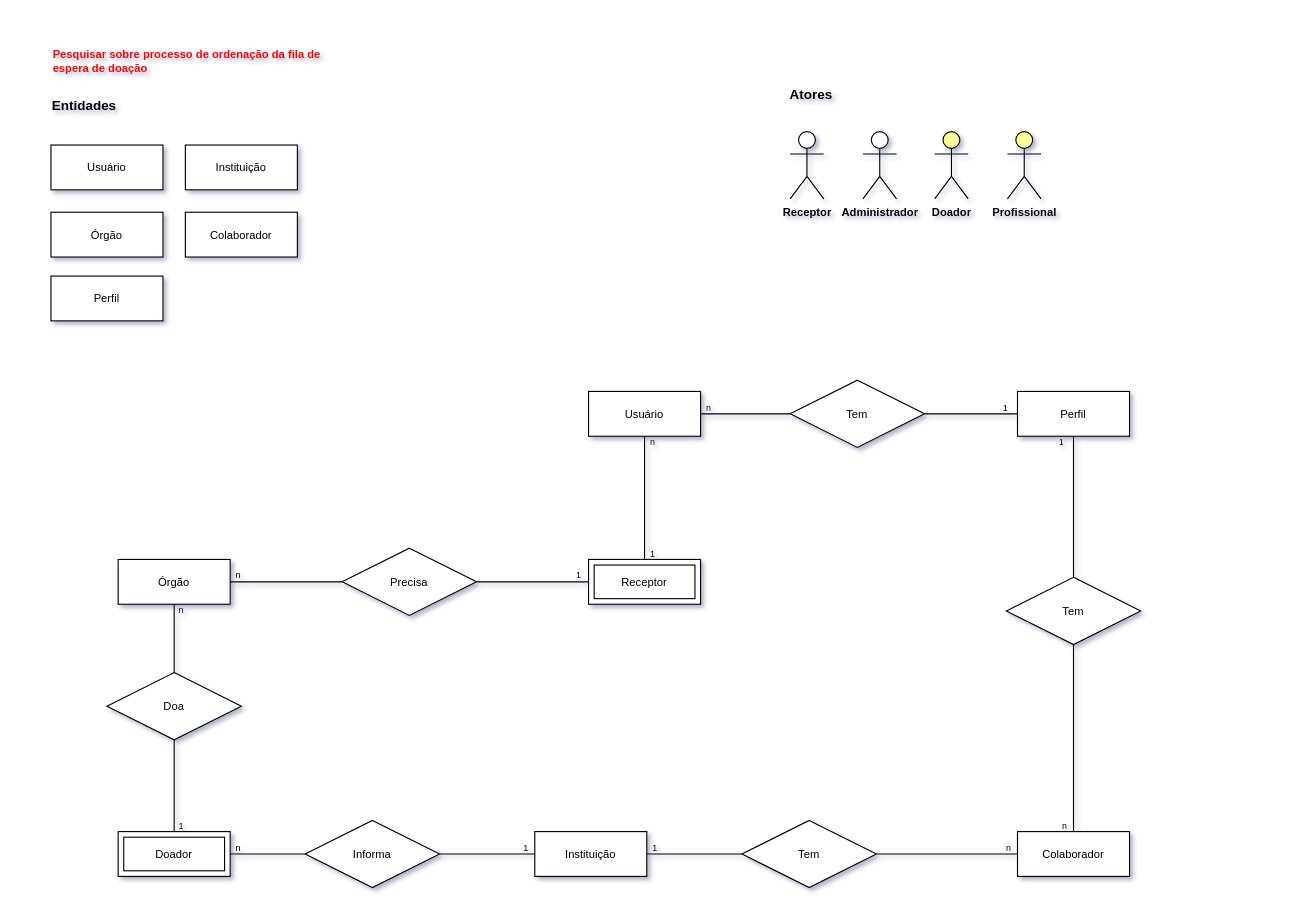
The draw.io diagram DER/DER-SDTO.drawio in squadlovelace/sdto-data-model, before the edit. Source tidied: cells renumbered, new cells numbered last; positions are measured from the earlier drawing's top-left corner, leaving out a move shared by most shapes. Both pictures are drawn from the tidied source at 112%, with x=0, y=0 at pixel (50, 44).
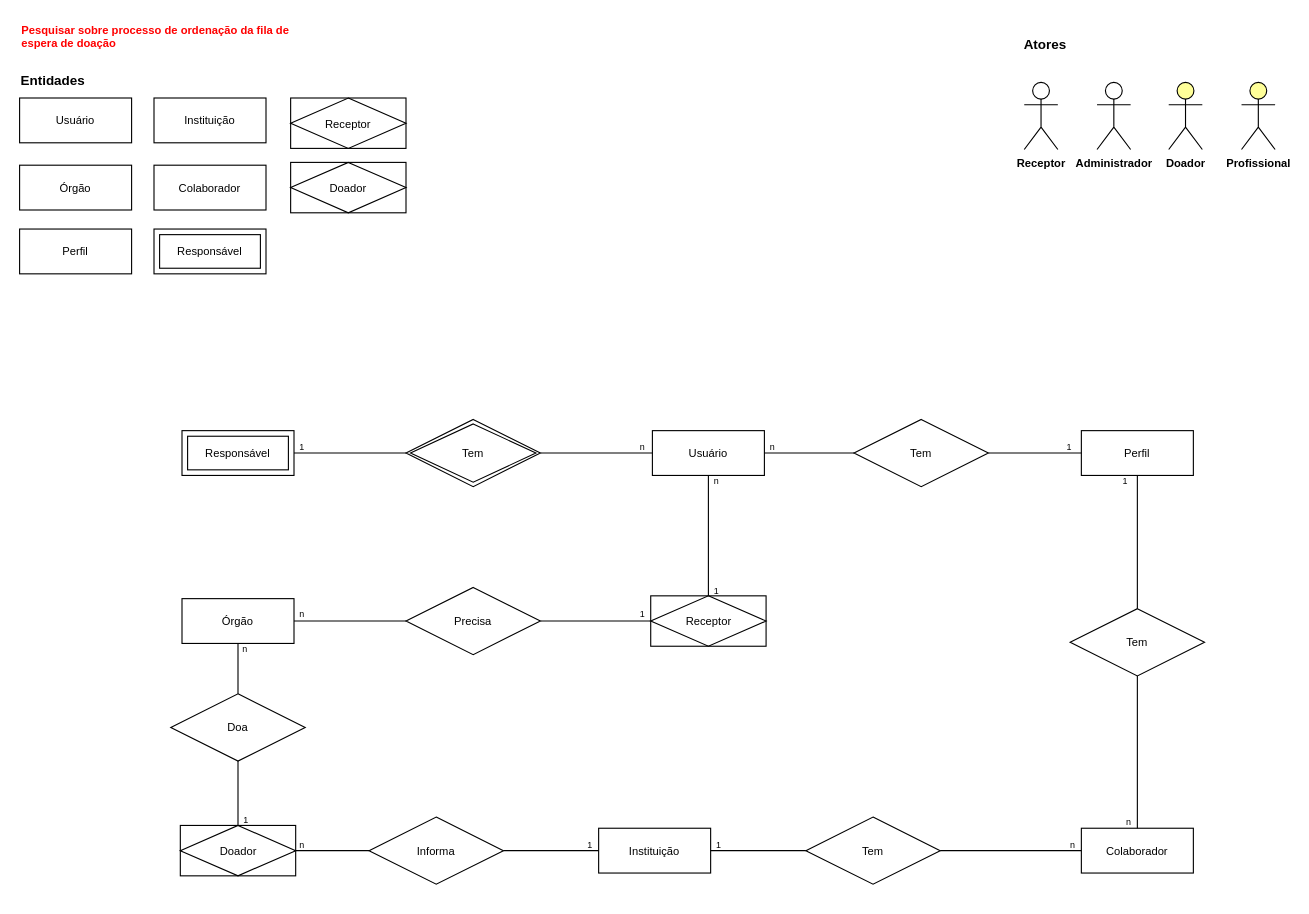
Above is the later version.

What changed in the source:
```diff
@@
-<mxGraphModel shadow="1">
+<mxGraphModel>
@@
     <mxCell id="2" value="Usuário" style="whiteSpace=wrap;html=1;align=center;fontSize=10;fontFamily=Helvetica;" parent="1" vertex="1">
-      <mxGeometry y="90" width="100" height="40" as="geometry" />
+      <mxGeometry x="-28" y="48" width="100" height="40" as="geometry" />
     </mxCell>
     <mxCell id="3" value="Órgão" style="whiteSpace=wrap;html=1;align=center;fontSize=10;fontFamily=Helvetica;" parent="1" vertex="1">
-      <mxGeometry y="150" width="100" height="40" as="geometry" />
+      <mxGeometry x="-28" y="108" width="100" height="40" as="geometry" />
     </mxCell>
     <mxCell id="4" value="Instituição" style="whiteSpace=wrap;html=1;align=center;fontSize=10;fontFamily=Helvetica;" parent="1" vertex="1">
-      <mxGeometry x="120" y="90" width="100" height="40" as="geometry" />
+      <mxGeometry x="92" y="48" width="100" height="40" as="geometry" />
     </mxCell>
     <mxCell id="5" value="Entidades" style="text;html=1;strokeColor=none;fillColor=none;align=center;verticalAlign=middle;whiteSpace=wrap;rounded=0;fontStyle=1;" parent="1" vertex="1">
-      <mxGeometry y="40" width="60" height="30" as="geometry" />
+      <mxGeometry x="-28" y="18" width="60" height="30" as="geometry" />
     </mxCell>
     <mxCell id="6" value="Perfil" style="whiteSpace=wrap;html=1;align=center;fontSize=10;fontFamily=Helvetica;" parent="1" vertex="1">
-      <mxGeometry y="207" width="100" height="40" as="geometry" />
+      <mxGeometry x="-28" y="165" width="100" height="40" as="geometry" />
     </mxCell>
     <mxCell id="7" value="Colaborador" style="whiteSpace=wrap;html=1;align=center;fontSize=10;fontFamily=Helvetica;" parent="1" vertex="1">
-      <mxGeometry x="863" y="703" width="100" height="40" as="geometry" />
+      <mxGeometry x="920" y="700" width="100" height="40" as="geometry" />
     </mxCell>
     <mxCell id="8" value="Usuário" style="whiteSpace=wrap;html=1;align=center;fontSize=10;fontFamily=Helvetica;" parent="1" vertex="1">
-      <mxGeometry x="480" y="310" width="100" height="40" as="geometry" />
+      <mxGeometry x="537" y="345" width="100" height="40" as="geometry" />
     </mxCell>
@@
     <mxCell id="10" value="Perfil" style="whiteSpace=wrap;html=1;align=center;fontSize=10;fontFamily=Helvetica;" parent="1" vertex="1">
-      <mxGeometry x="863" y="310" width="100" height="40" as="geometry" />
+      <mxGeometry x="920" y="345" width="100" height="40" as="geometry" />
     </mxCell>
     <mxCell id="11" value="Tem" style="shape=rhombus;perimeter=rhombusPerimeter;whiteSpace=wrap;html=1;align=center;fontFamily=Helvetica;fontSize=10;" parent="1" vertex="1">
-      <mxGeometry x="660" y="300" width="120" height="60" as="geometry" />
+      <mxGeometry x="717" y="335" width="120" height="60" as="geometry" />
     </mxCell>
@@
     <mxCell id="13" value="Tem" style="shape=rhombus;perimeter=rhombusPerimeter;whiteSpace=wrap;html=1;align=center;fontFamily=Helvetica;fontSize=10;" parent="1" vertex="1">
-      <mxGeometry x="853" y="476" width="120" height="60" as="geometry" />
+      <mxGeometry x="910" y="504" width="120" height="60" as="geometry" />
     </mxCell>
@@
     <mxCell id="15" value="Instituição" style="whiteSpace=wrap;html=1;align=center;fontSize=10;fontFamily=Helvetica;" parent="1" vertex="1">
-      <mxGeometry x="432" y="703" width="100" height="40" as="geometry" />
+      <mxGeometry x="489" y="700" width="100" height="40" as="geometry" />
     </mxCell>
     <mxCell id="16" value="Tem" style="shape=rhombus;perimeter=rhombusPerimeter;whiteSpace=wrap;html=1;align=center;fontFamily=Helvetica;fontSize=10;" parent="1" vertex="1">
-      <mxGeometry x="617" y="693" width="120" height="60" as="geometry" />
+      <mxGeometry x="674" y="690" width="120" height="60" as="geometry" />
     </mxCell>
@@
     <mxCell id="19" value="Órgão" style="whiteSpace=wrap;html=1;align=center;fontSize=10;fontFamily=Helvetica;" parent="1" vertex="1">
-      <mxGeometry x="60" y="460" width="100" height="40" as="geometry" />
+      <mxGeometry x="117" y="495" width="100" height="40" as="geometry" />
     </mxCell>
-    <mxCell id="20" value="Receptor" style="shape=ext;margin=3;double=1;whiteSpace=wrap;html=1;align=center;fontFamily=Helvetica;fontSize=10;fillColor=default;" parent="1" vertex="1">
-      <mxGeometry x="480" y="460" width="100" height="40" as="geometry" />
-    </mxCell>
-    <mxCell id="21" style="endArrow=none;html=1;rounded=0;fontFamily=Helvetica;fontSize=10;entryX=0;entryY=0.5;entryDx=0;entryDy=0;exitX=1;exitY=0.5;exitDx=0;exitDy=0;" parent="1" edge="1" source="37" target="20">
+    <mxCell id="21" style="endArrow=none;html=1;rounded=0;fontFamily=Helvetica;fontSize=10;exitX=1;exitY=0.5;exitDx=0;exitDy=0;entryX=0;entryY=0.5;entryDx=0;entryDy=0;" parent="1" edge="1" source="37" target="60">
       <mxGeometry relative="1" as="geometry" />
     </mxCell>
@@
-    <mxCell id="23" style="endArrow=none;html=1;rounded=0;fontFamily=Helvetica;fontSize=10;exitX=0.5;exitY=1;exitDx=0;exitDy=0;entryX=0.5;entryY=0;entryDx=0;entryDy=0;" parent="1" edge="1" source="8" target="20">
+    <mxCell id="23" style="endArrow=none;html=1;rounded=0;fontFamily=Helvetica;fontSize=10;exitX=0.5;exitY=1;exitDx=0;exitDy=0;" parent="1" edge="1" source="8" target="60">
       <mxGeometry relative="1" as="geometry" />
     </mxCell>
     <mxCell id="24" value="Colaborador" style="whiteSpace=wrap;html=1;align=center;fontSize=10;fontFamily=Helvetica;" parent="1" vertex="1">
-      <mxGeometry x="120" y="150" width="100" height="40" as="geometry" />
+      <mxGeometry x="92" y="108" width="100" height="40" as="geometry" />
     </mxCell>
     <mxCell id="25" value="n" style="text;html=1;strokeColor=none;fillColor=none;align=center;verticalAlign=middle;whiteSpace=wrap;rounded=0;fontFamily=Helvetica;fontSize=8;fontStyle=0;" parent="1" vertex="1">
-      <mxGeometry x="580" y="320" width="15" height="10" as="geometry" />
+      <mxGeometry x="637" y="355" width="15" height="10" as="geometry" />
     </mxCell>
     <mxCell id="26" value="Pesquisar sobre processo de ordenação da fila de espera de doação" style="text;html=1;strokeColor=none;fillColor=none;align=left;verticalAlign=middle;whiteSpace=wrap;rounded=0;fontFamily=Helvetica;fontSize=10;fontStyle=1;fontColor=#FF0000;" parent="1" vertex="1">
-      <mxGeometry width="245" height="30" as="geometry" />
+      <mxGeometry x="-28" y="-22" width="245" height="30" as="geometry" />
     </mxCell>
     <mxCell id="27" value="1" style="text;html=1;strokeColor=none;fillColor=none;align=center;verticalAlign=middle;whiteSpace=wrap;rounded=0;fontFamily=Helvetica;fontSize=8;fontStyle=0;" parent="1" vertex="1">
-      <mxGeometry x="845" y="320" width="15" height="10" as="geometry" />
+      <mxGeometry x="902" y="355" width="15" height="10" as="geometry" />
     </mxCell>
     <mxCell id="28" value="n" style="text;html=1;strokeColor=none;fillColor=none;align=center;verticalAlign=middle;whiteSpace=wrap;rounded=0;fontFamily=Helvetica;fontSize=8;fontStyle=0;" parent="1" vertex="1">
-      <mxGeometry x="530" y="350" width="15" height="10" as="geometry" />
+      <mxGeometry x="587" y="385" width="15" height="10" as="geometry" />
     </mxCell>
     <mxCell id="29" value="1" style="text;html=1;strokeColor=none;fillColor=none;align=center;verticalAlign=middle;whiteSpace=wrap;rounded=0;fontFamily=Helvetica;fontSize=8;fontStyle=0;" parent="1" vertex="1">
-      <mxGeometry x="530" y="450" width="15" height="10" as="geometry" />
+      <mxGeometry x="587" y="482.5" width="15" height="10" as="geometry" />
     </mxCell>
     <mxCell id="30" value="1" style="text;html=1;strokeColor=none;fillColor=none;align=center;verticalAlign=middle;whiteSpace=wrap;rounded=0;fontFamily=Helvetica;fontSize=8;fontStyle=0;" parent="1" vertex="1">
-      <mxGeometry x="464" y="469" width="15" height="10" as="geometry" />
+      <mxGeometry x="521" y="504" width="15" height="10" as="geometry" />
     </mxCell>
     <mxCell id="31" value="n" style="text;html=1;strokeColor=none;fillColor=none;align=center;verticalAlign=middle;whiteSpace=wrap;rounded=0;fontFamily=Helvetica;fontSize=8;fontStyle=0;" parent="1" vertex="1">
-      <mxGeometry x="160" y="469" width="15" height="10" as="geometry" />
+      <mxGeometry x="217" y="504" width="15" height="10" as="geometry" />
     </mxCell>
     <mxCell id="32" value="n" style="text;html=1;strokeColor=none;fillColor=none;align=center;verticalAlign=middle;whiteSpace=wrap;rounded=0;fontFamily=Helvetica;fontSize=8;fontStyle=0;" parent="1" vertex="1">
-      <mxGeometry x="848" y="713" width="15" height="10" as="geometry" />
+      <mxGeometry x="905" y="710" width="15" height="10" as="geometry" />
     </mxCell>
     <mxCell id="33" value="1" style="text;html=1;strokeColor=none;fillColor=none;align=center;verticalAlign=middle;whiteSpace=wrap;rounded=0;fontFamily=Helvetica;fontSize=8;fontStyle=0;" parent="1" vertex="1">
-      <mxGeometry x="532" y="713" width="15" height="10" as="geometry" />
+      <mxGeometry x="589" y="710" width="15" height="10" as="geometry" />
     </mxCell>
     <mxCell id="34" value="n" style="text;html=1;strokeColor=none;fillColor=none;align=center;verticalAlign=middle;whiteSpace=wrap;rounded=0;fontFamily=Helvetica;fontSize=8;fontStyle=0;" parent="1" vertex="1">
-      <mxGeometry x="898" y="693" width="15" height="10" as="geometry" />
+      <mxGeometry x="955" y="690" width="15" height="10" as="geometry" />
     </mxCell>
     <mxCell id="35" value="1" style="text;html=1;strokeColor=none;fillColor=none;align=center;verticalAlign=middle;whiteSpace=wrap;rounded=0;fontFamily=Helvetica;fontSize=8;fontStyle=0;" parent="1" vertex="1">
-      <mxGeometry x="895" y="350" width="15" height="10" as="geometry" />
+      <mxGeometry x="952" y="385" width="15" height="10" as="geometry" />
     </mxCell>
@@
     <mxCell id="37" value="Precisa" style="shape=rhombus;perimeter=rhombusPerimeter;whiteSpace=wrap;html=1;align=center;fontSize=10;" parent="1" vertex="1">
-      <mxGeometry x="260" y="450" width="120" height="60" as="geometry" />
+      <mxGeometry x="317" y="485" width="120" height="60" as="geometry" />
     </mxCell>
-    <mxCell id="38" value="Doador" style="shape=ext;margin=3;double=1;whiteSpace=wrap;html=1;align=center;fontFamily=Helvetica;fontSize=10;" parent="1" vertex="1">
-      <mxGeometry x="60" y="703" width="100" height="40" as="geometry" />
-    </mxCell>
     <mxCell id="39" value="Informa" style="shape=rhombus;perimeter=rhombusPerimeter;whiteSpace=wrap;html=1;align=center;fontSize=10;" parent="1" vertex="1">
-      <mxGeometry x="227" y="693" width="120" height="60" as="geometry" />
+      <mxGeometry x="284" y="690" width="120" height="60" as="geometry" />
     </mxCell>
@@
-    <mxCell id="41" style="endArrow=none;html=1;rounded=0;fontFamily=Helvetica;fontSize=10;exitX=1;exitY=0.5;exitDx=0;exitDy=0;entryX=0;entryY=0.5;entryDx=0;entryDy=0;" parent="1" edge="1" source="38" target="39">
+    <mxCell id="41" style="endArrow=none;html=1;rounded=0;fontFamily=Helvetica;fontSize=10;entryX=0;entryY=0.5;entryDx=0;entryDy=0;exitX=0;exitY=1;exitDx=0;exitDy=0;" parent="1" edge="1" source="42" target="39">
       <mxGeometry relative="1" as="geometry" />
     </mxCell>
     <mxCell id="42" value="n" style="text;html=1;strokeColor=none;fillColor=none;align=center;verticalAlign=middle;whiteSpace=wrap;rounded=0;fontFamily=Helvetica;fontSize=8;fontStyle=0;" parent="1" vertex="1">
-      <mxGeometry x="160" y="713" width="15" height="10" as="geometry" />
+      <mxGeometry x="217" y="710" width="15" height="10" as="geometry" />
     </mxCell>
     <mxCell id="43" value="1" style="text;html=1;strokeColor=none;fillColor=none;align=center;verticalAlign=middle;whiteSpace=wrap;rounded=0;fontFamily=Helvetica;fontSize=8;fontStyle=0;" parent="1" vertex="1">
-      <mxGeometry x="417" y="713" width="15" height="10" as="geometry" />
+      <mxGeometry x="474" y="710" width="15" height="10" as="geometry" />
     </mxCell>
     <mxCell id="44" value="Doa" style="shape=rhombus;perimeter=rhombusPerimeter;whiteSpace=wrap;html=1;align=center;fontSize=10;" parent="1" vertex="1">
-      <mxGeometry x="50" y="561" width="120" height="60" as="geometry" />
+      <mxGeometry x="107" y="580" width="120" height="60" as="geometry" />
     </mxCell>
-    <mxCell id="45" style="endArrow=none;html=1;rounded=0;fontFamily=Helvetica;fontSize=10;exitX=0.5;exitY=0;exitDx=0;exitDy=0;" parent="1" edge="1" source="38" target="44">
+    <mxCell id="45" style="endArrow=none;html=1;rounded=0;fontFamily=Helvetica;fontSize=10;exitX=0.5;exitY=0;exitDx=0;exitDy=0;" parent="1" edge="1" source="61" target="44">
       <mxGeometry relative="1" as="geometry" />
     </mxCell>
@@
     <mxCell id="47" value="n" style="text;html=1;strokeColor=none;fillColor=none;align=center;verticalAlign=middle;whiteSpace=wrap;rounded=0;fontFamily=Helvetica;fontSize=8;fontStyle=0;" parent="1" vertex="1">
-      <mxGeometry x="109" y="500" width="15" height="10" as="geometry" />
+      <mxGeometry x="166" y="535" width="15" height="10" as="geometry" />
     </mxCell>
     <mxCell id="48" value="1" style="text;html=1;strokeColor=none;fillColor=none;align=center;verticalAlign=middle;whiteSpace=wrap;rounded=0;fontFamily=Helvetica;fontSize=8;fontStyle=0;" parent="1" vertex="1">
-      <mxGeometry x="109" y="693" width="15" height="10" as="geometry" />
+      <mxGeometry x="167" y="687.5" width="15" height="10" as="geometry" />
     </mxCell>
     <mxCell id="49" value="Doador" style="shape=umlActor;html=1;verticalLabelPosition=bottom;verticalAlign=top;align=center;fontFamily=Helvetica;fontSize=10;fontStyle=1;fillColor=#FFFF99;" parent="1" vertex="1">
-      <mxGeometry x="789" y="78" width="30" height="60" as="geometry" />
+      <mxGeometry x="998" y="34" width="30" height="60" as="geometry" />
     </mxCell>
     <mxCell id="50" value="Receptor" style="shape=umlActor;html=1;verticalLabelPosition=bottom;verticalAlign=top;align=center;fontFamily=Helvetica;fontSize=10;fontStyle=1;" parent="1" vertex="1">
-      <mxGeometry x="660" y="78" width="30" height="60" as="geometry" />
+      <mxGeometry x="869" y="34" width="30" height="60" as="geometry" />
     </mxCell>
     <mxCell id="51" value="Administrador" style="shape=umlActor;html=1;verticalLabelPosition=bottom;verticalAlign=top;align=center;fontFamily=Helvetica;fontSize=10;fontStyle=1;" parent="1" vertex="1">
-      <mxGeometry x="725" y="78" width="30" height="60" as="geometry" />
+      <mxGeometry x="934" y="34" width="30" height="60" as="geometry" />
     </mxCell>
     <mxCell id="52" value="Profissional" style="shape=umlActor;html=1;verticalLabelPosition=bottom;verticalAlign=top;align=center;fontFamily=Helvetica;fontSize=10;fillColor=#FFFF99;fontStyle=1;" parent="1" vertex="1">
-      <mxGeometry x="854" y="78" width="30" height="60" as="geometry" />
+      <mxGeometry x="1063" y="34" width="30" height="60" as="geometry" />
     </mxCell>
     <mxCell id="53" value="Atores" style="text;html=1;strokeColor=none;fillColor=none;align=center;verticalAlign=middle;whiteSpace=wrap;rounded=0;fontStyle=1;" parent="1" vertex="1">
-      <mxGeometry x="649" y="30" width="60" height="30" as="geometry" />
+      <mxGeometry x="858" y="-14" width="60" height="30" as="geometry" />
     </mxCell>
+    <mxCell id="54" value="Responsável" style="shape=ext;margin=3;double=1;whiteSpace=wrap;html=1;align=center;fontSize=10;" parent="1" vertex="1">
+      <mxGeometry x="117" y="345" width="100" height="40" as="geometry" />
+    </mxCell>
+    <mxCell id="55" value="Tem" style="shape=rhombus;double=1;perimeter=rhombusPerimeter;whiteSpace=wrap;html=1;align=center;fontSize=10;" parent="1" vertex="1">
+      <mxGeometry x="317" y="335" width="120" height="60" as="geometry" />
+    </mxCell>
+    <mxCell id="56" style="endArrow=none;html=1;rounded=0;fontSize=10;entryX=0;entryY=0.5;entryDx=0;entryDy=0;exitX=1;exitY=0.5;exitDx=0;exitDy=0;" parent="1" edge="1" source="55" target="8">
+      <mxGeometry relative="1" as="geometry" />
+    </mxCell>
+    <mxCell id="57" style="endArrow=none;html=1;rounded=0;fontSize=10;entryX=0;entryY=0.5;entryDx=0;entryDy=0;exitX=1;exitY=0.5;exitDx=0;exitDy=0;" parent="1" edge="1" source="54" target="55">
+      <mxGeometry relative="1" as="geometry" />
+    </mxCell>
+    <mxCell id="58" value="n" style="text;html=1;strokeColor=none;fillColor=none;align=center;verticalAlign=middle;whiteSpace=wrap;rounded=0;fontFamily=Helvetica;fontSize=8;fontStyle=0;" parent="1" vertex="1">
+      <mxGeometry x="521" y="355" width="15" height="10" as="geometry" />
+    </mxCell>
+    <mxCell id="59" value="1" style="text;html=1;strokeColor=none;fillColor=none;align=center;verticalAlign=middle;whiteSpace=wrap;rounded=0;fontFamily=Helvetica;fontSize=8;fontStyle=0;" parent="1" vertex="1">
+      <mxGeometry x="217" y="355" width="15" height="10" as="geometry" />
+    </mxCell>
+    <mxCell id="60" value="Receptor" style="shape=associativeEntity;whiteSpace=wrap;html=1;align=center;fontSize=10;" parent="1" vertex="1">
+      <mxGeometry x="535.5" y="492.5" width="103" height="45" as="geometry" />
+    </mxCell>
+    <mxCell id="61" value="Doador" style="shape=associativeEntity;whiteSpace=wrap;html=1;align=center;fontSize=10;" parent="1" vertex="1">
+      <mxGeometry x="115.5" y="697.5" width="103" height="45" as="geometry" />
+    </mxCell>
+    <mxCell id="62" value="Receptor" style="shape=associativeEntity;whiteSpace=wrap;html=1;align=center;fontSize=10;" parent="1" vertex="1">
+      <mxGeometry x="214" y="48" width="103" height="45" as="geometry" />
+    </mxCell>
+    <mxCell id="63" value="Doador" style="shape=associativeEntity;whiteSpace=wrap;html=1;align=center;fontSize=10;" parent="1" vertex="1">
+      <mxGeometry x="214" y="105.5" width="103" height="45" as="geometry" />
+    </mxCell>
+    <mxCell id="64" value="Responsável" style="shape=ext;margin=3;double=1;whiteSpace=wrap;html=1;align=center;fontSize=10;" parent="1" vertex="1">
+      <mxGeometry x="92" y="165" width="100" height="40" as="geometry" />
+    </mxCell>
```
